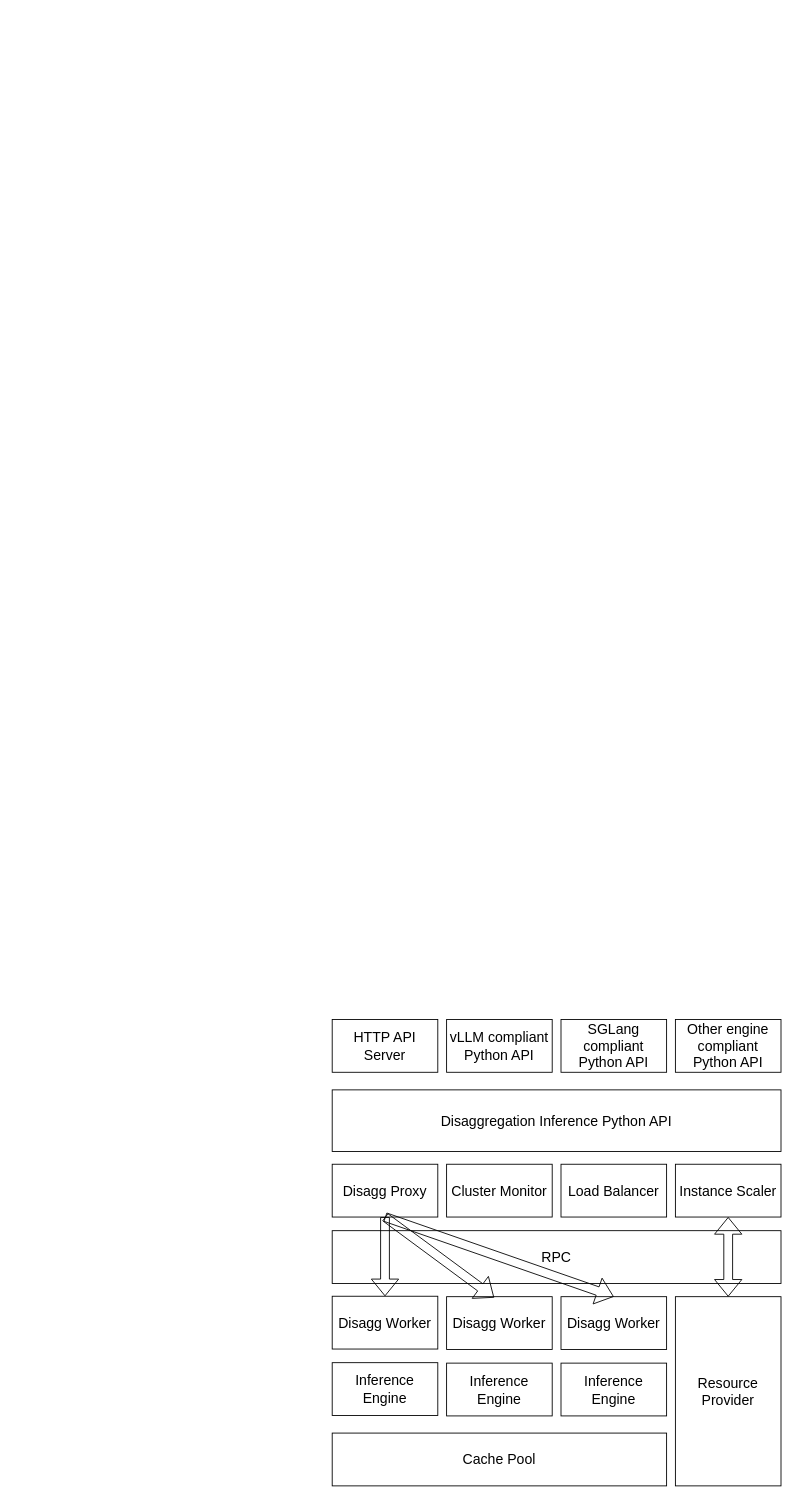
The draw.io diagram llm_service_arch.drawio in wuhang2014/design_docs, before the edit. Source tidied: cells renumbered, new cells numbered last; positions are measured from the earlier drawing's top-left corner, leaving out a move shared by most shapes. Both pictures are drawn from the tidied source at 88%, with x=0, y=0 at pixel (332, 1019).
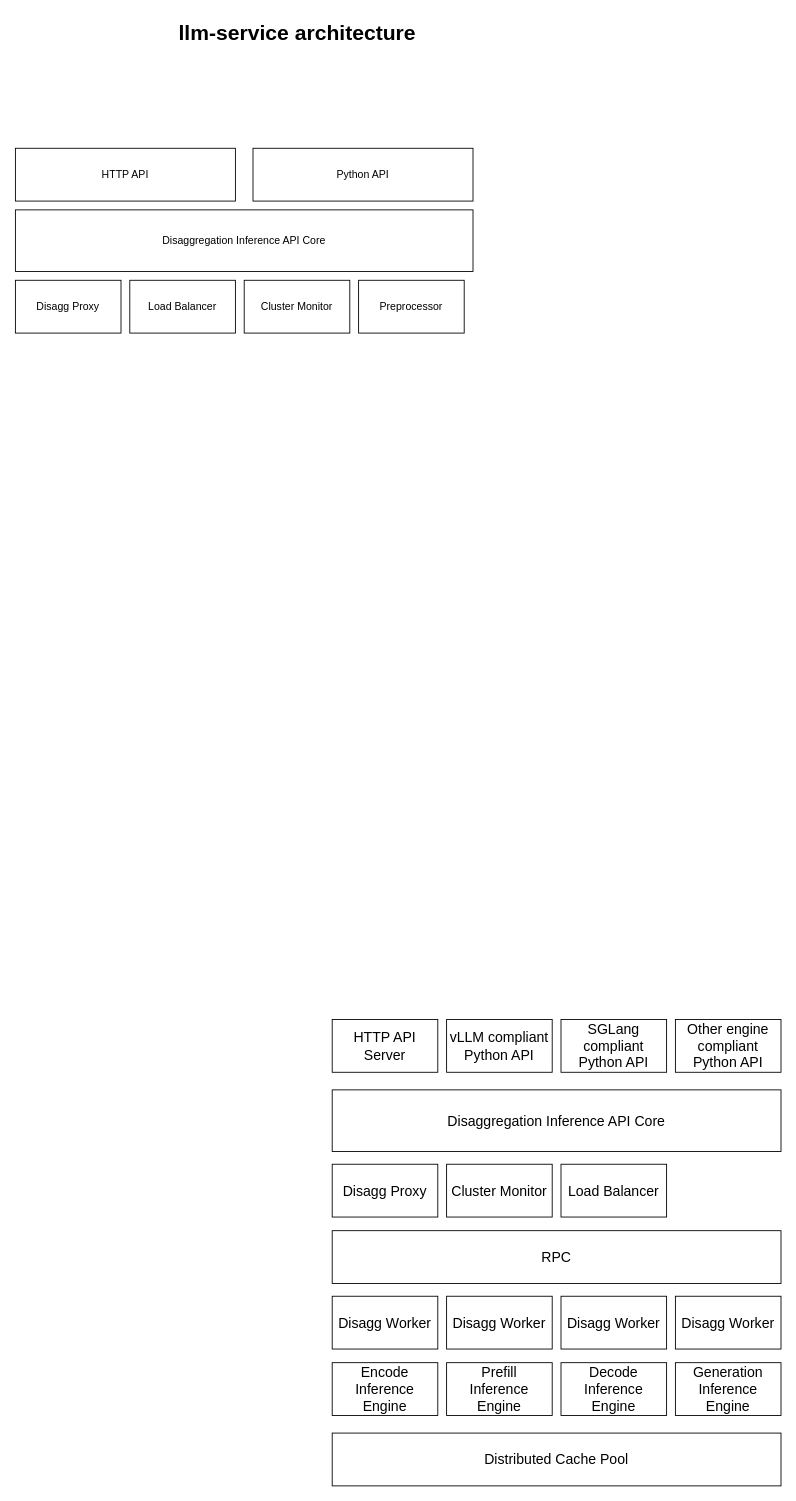
Above is the later version.

Unchanged cells that the change refers to:
```xml
<mxCell id="7" value="Disagg Proxy" style="rounded=0;whiteSpace=wrap;html=1;fontSize=16;" parent="1" vertex="1">
  <mxGeometry y="164.5" width="120" height="60" as="geometry" />
</mxCell>
```

Diff of the diagram source:
```diff
@@
-    <mxCell id="2" value="Disaggregation Inference Python API" style="rounded=0;whiteSpace=wrap;html=1;fontSize=16;" parent="1" vertex="1">
-      <mxGeometry y="80" width="510" height="70" as="geometry" />
-    </mxCell>
+    <mxCell id="24" value="HTTP API" style="rounded=0;whiteSpace=wrap;html=1;" parent="1" vertex="1">
+      <mxGeometry x="-360" y="-990" width="250" height="60" as="geometry" />
+    </mxCell>
+    <mxCell id="25" value="Python API" style="rounded=0;whiteSpace=wrap;html=1;" parent="1" vertex="1">
+      <mxGeometry x="-90" y="-990" width="250" height="60" as="geometry" />
+    </mxCell>
+    <mxCell id="26" value="llm-service architecture" style="text;strokeColor=none;fillColor=none;html=1;fontSize=24;fontStyle=1;verticalAlign=middle;align=center;" parent="1" vertex="1">
+      <mxGeometry x="-90" y="-1141" width="100" height="40" as="geometry" />
+    </mxCell>
+    <mxCell id="27" value="Disaggregation Inference API Core" style="rounded=0;whiteSpace=wrap;html=1;fontSize=12;" parent="1" vertex="1">
+      <mxGeometry x="-360" y="-920" width="520" height="70" as="geometry" />
+    </mxCell>
+    <mxCell id="28" value="Disaggregation Inference API Core" style="rounded=0;whiteSpace=wrap;html=1;fontSize=16;" parent="1" vertex="1">
+      <mxGeometry y="80" width="510" height="70" as="geometry" />
+    </mxCell>
@@
-    <mxCell id="10" value="Disagg Worker" style="rounded=0;whiteSpace=wrap;html=1;fontSize=16;" parent="1" vertex="1">
-      <mxGeometry y="314.5" width="120" height="60" as="geometry" />
-    </mxCell>
+    <mxCell id="29" value="Disagg Worker" style="rounded=0;whiteSpace=wrap;html=1;fontSize=16;" parent="1" vertex="1">
+      <mxGeometry y="314.5" width="120" height="60" as="geometry" />
+    </mxCell>
@@
-    <mxCell id="12" value="Instance Scaler" style="rounded=0;whiteSpace=wrap;html=1;fontSize=16;" parent="1" vertex="1">
-      <mxGeometry x="390" y="164.5" width="120" height="60" as="geometry" />
-    </mxCell>
-    <mxCell id="13" value="Resource Provider" style="rounded=0;whiteSpace=wrap;html=1;fontSize=16;" parent="1" vertex="1">
-      <mxGeometry x="390" y="315" width="120" height="215" as="geometry" />
-    </mxCell>
-    <mxCell id="14" value="Inference Engine" style="rounded=0;whiteSpace=wrap;html=1;fontSize=16;" parent="1" vertex="1">
-      <mxGeometry y="390" width="120" height="60" as="geometry" />
-    </mxCell>
-    <mxCell id="15" value="Disagg Worker" style="rounded=0;whiteSpace=wrap;html=1;fontSize=16;" parent="1" vertex="1">
-      <mxGeometry x="130" y="315" width="120" height="60" as="geometry" />
-    </mxCell>
-    <mxCell id="16" value="Inference Engine" style="rounded=0;whiteSpace=wrap;html=1;fontSize=16;" parent="1" vertex="1">
-      <mxGeometry x="130" y="390.5" width="120" height="60" as="geometry" />
-    </mxCell>
-    <mxCell id="17" value="Disagg Worker" style="rounded=0;whiteSpace=wrap;html=1;fontSize=16;" parent="1" vertex="1">
-      <mxGeometry x="260" y="315" width="120" height="60" as="geometry" />
-    </mxCell>
-    <mxCell id="18" value="Inference Engine" style="rounded=0;whiteSpace=wrap;html=1;fontSize=16;" parent="1" vertex="1">
-      <mxGeometry x="260" y="390.5" width="120" height="60" as="geometry" />
-    </mxCell>
-    <mxCell id="19" value="Cache Pool" style="rounded=0;whiteSpace=wrap;html=1;fontSize=16;" parent="1" vertex="1">
-      <mxGeometry y="470" width="380" height="60" as="geometry" />
-    </mxCell>
-    <mxCell id="20" style="shape=flexArrow;endArrow=classic;startArrow=classic;html=1;rounded=0;exitX=0.5;exitY=0;exitDx=0;exitDy=0;entryX=0.5;entryY=1;entryDx=0;entryDy=0;" parent="1" edge="1" source="13" target="12">
-      <mxGeometry relative="1" as="geometry" />
-    </mxCell>
-    <mxCell id="21" style="shape=flexArrow;endArrow=classic;html=1;rounded=0;entryX=0.5;entryY=0;entryDx=0;entryDy=0;exitX=0.5;exitY=1;exitDx=0;exitDy=0;" parent="1" edge="1" source="7" target="10">
-      <mxGeometry relative="1" as="geometry" />
-    </mxCell>
-    <mxCell id="22" style="shape=flexArrow;endArrow=classic;html=1;rounded=0;entryX=0.45;entryY=0.017;entryDx=0;entryDy=0;exitX=0.5;exitY=1;exitDx=0;exitDy=0;entryPerimeter=0;" parent="1" edge="1" source="7" target="15">
-      <mxGeometry relative="1" as="geometry" />
-    </mxCell>
-    <mxCell id="23" style="shape=flexArrow;endArrow=classic;html=1;rounded=0;entryX=0.5;entryY=0;entryDx=0;entryDy=0;exitX=0.5;exitY=1;exitDx=0;exitDy=0;" parent="1" edge="1" source="7" target="17">
-      <mxGeometry relative="1" as="geometry" />
-    </mxCell>
+    <mxCell id="30" value="Encode&lt;div&gt;Inference Engine&lt;/div&gt;" style="rounded=0;whiteSpace=wrap;html=1;fontSize=16;" parent="1" vertex="1">
+      <mxGeometry y="390" width="120" height="60" as="geometry" />
+    </mxCell>
+    <mxCell id="31" value="Disagg Worker" style="rounded=0;whiteSpace=wrap;html=1;fontSize=16;" parent="1" vertex="1">
+      <mxGeometry x="130" y="314.5" width="120" height="60" as="geometry" />
+    </mxCell>
+    <mxCell id="32" value="Prefill&lt;div&gt;Inference Engine&lt;/div&gt;" style="rounded=0;whiteSpace=wrap;html=1;fontSize=16;" parent="1" vertex="1">
+      <mxGeometry x="130" y="390" width="120" height="60" as="geometry" />
+    </mxCell>
+    <mxCell id="33" value="Disagg Worker" style="rounded=0;whiteSpace=wrap;html=1;fontSize=16;" parent="1" vertex="1">
+      <mxGeometry x="260" y="314.5" width="120" height="60" as="geometry" />
+    </mxCell>
+    <mxCell id="34" value="Decode&lt;div&gt;Inference Engine&lt;/div&gt;" style="rounded=0;whiteSpace=wrap;html=1;fontSize=16;" parent="1" vertex="1">
+      <mxGeometry x="260" y="390" width="120" height="60" as="geometry" />
+    </mxCell>
+    <mxCell id="35" value="Distributed Cache Pool" style="rounded=0;whiteSpace=wrap;html=1;fontSize=16;" parent="1" vertex="1">
+      <mxGeometry y="470" width="510" height="60" as="geometry" />
+    </mxCell>
+    <mxCell id="36" value="Disagg Worker" style="rounded=0;whiteSpace=wrap;html=1;fontSize=16;" parent="1" vertex="1">
+      <mxGeometry x="390" y="314.5" width="120" height="60" as="geometry" />
+    </mxCell>
+    <mxCell id="37" value="Generation&lt;div&gt;Inference Engine&lt;/div&gt;" style="rounded=0;whiteSpace=wrap;html=1;fontSize=16;" parent="1" vertex="1">
+      <mxGeometry x="390" y="390" width="120" height="60" as="geometry" />
+    </mxCell>
+    <mxCell id="38" value="Disagg Proxy" style="rounded=0;whiteSpace=wrap;html=1;" parent="1" vertex="1">
+      <mxGeometry x="-360" y="-840" width="120" height="60" as="geometry" />
+    </mxCell>
+    <mxCell id="39" value="Load Balancer" style="rounded=0;whiteSpace=wrap;html=1;" parent="1" vertex="1">
+      <mxGeometry x="-230" y="-840" width="120" height="60" as="geometry" />
+    </mxCell>
+    <mxCell id="40" value="Cluster Monitor" style="rounded=0;whiteSpace=wrap;html=1;" parent="1" vertex="1">
+      <mxGeometry x="-100" y="-840" width="120" height="60" as="geometry" />
+    </mxCell>
+    <mxCell id="41" value="Preprocessor" style="rounded=0;whiteSpace=wrap;html=1;" parent="1" vertex="1">
+      <mxGeometry x="30" y="-840" width="120" height="60" as="geometry" />
+    </mxCell>
```
